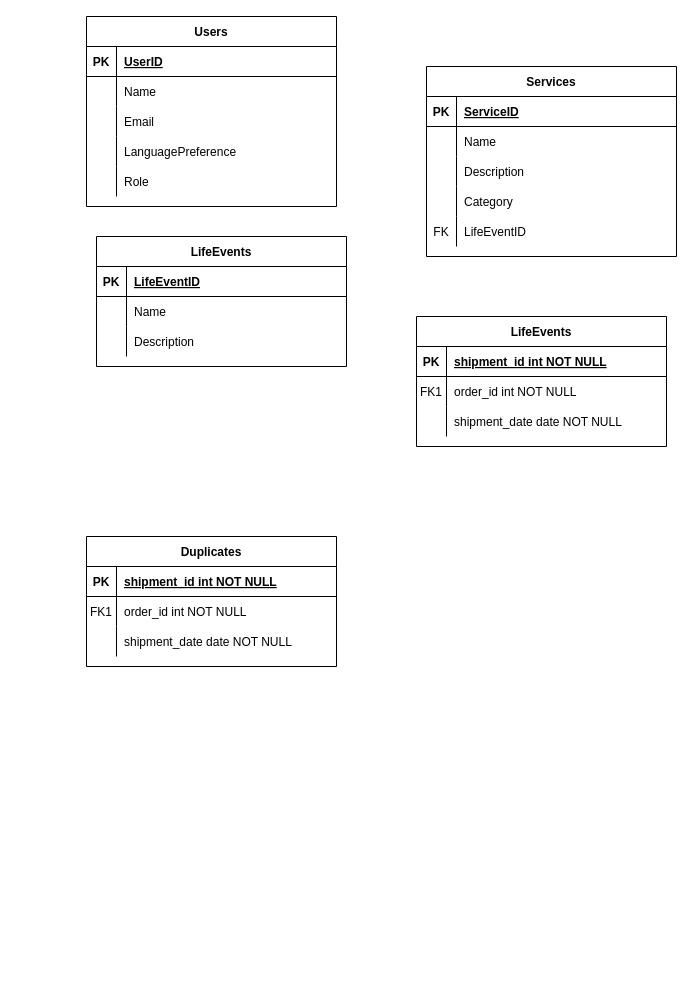
Earlier version of the draw.io diagram ServizzGov.drawio (nataleletizia/ServizzGov). Source tidied: cells renumbered, new cells numbered last; positions are measured from the earlier drawing's top-left corner, leaving out a move shared by most shapes. Both pictures are drawn from the tidied source at 100%, with x=0, y=0 at pixel (86, 16).
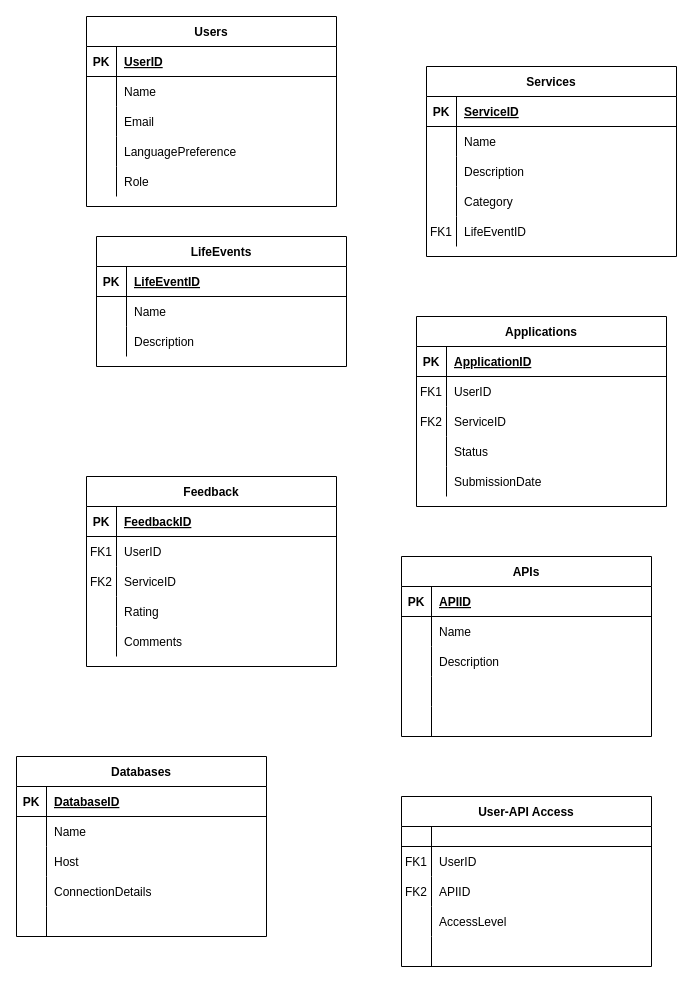
The same diagram, later.

Unchanged cells that the change refers to:
```xml
<mxCell id="15" style="shape=partialRectangle;fillColor=none;top=0;left=0;right=0;bottom=0;" parent="2" vertex="1">
  <mxGeometry y="150" width="250" height="30" as="geometry" />
</mxCell>
<mxCell id="45" style="shape=partialRectangle;fillColor=none;top=0;left=0;right=0;bottom=1;" parent="44" vertex="1">
  <mxGeometry y="30" width="250" height="30" as="geometry" />
</mxCell>
<mxCell id="48" style="shape=partialRectangle;fillColor=none;top=0;left=0;right=0;bottom=0;" parent="44" vertex="1">
  <mxGeometry y="60" width="250" height="30" as="geometry" />
</mxCell>
<mxCell id="51" style="shape=partialRectangle;fillColor=none;top=0;left=0;right=0;bottom=0;" parent="44" vertex="1">
  <mxGeometry y="90" width="250" height="30" as="geometry" />
</mxCell>
<mxCell id="55" style="shape=partialRectangle;fillColor=none;top=0;left=0;right=0;bottom=1;" parent="54" vertex="1">
  <mxGeometry y="30" width="250" height="30" as="geometry" />
</mxCell>
<mxCell id="58" style="shape=partialRectangle;fillColor=none;top=0;left=0;right=0;bottom=0;" parent="54" vertex="1">
  <mxGeometry y="60" width="250" height="30" as="geometry" />
</mxCell>
<mxCell id="61" style="shape=partialRectangle;fillColor=none;top=0;left=0;right=0;bottom=0;" parent="54" vertex="1">
  <mxGeometry y="90" width="250" height="30" as="geometry" />
</mxCell>
```

The edit, as a diff of the source:
```diff
@@
-    <mxCell id="16" value="FK" style="shape=partialRectangle;overflow=hidden;fillColor=none;top=0;left=0;bottom=0;right=0;" parent="15" vertex="1">
+    <mxCell id="16" value="FK1" style="shape=partialRectangle;overflow=hidden;fillColor=none;top=0;left=0;bottom=0;right=0;" parent="15" vertex="1">
       <mxGeometry width="30" height="30" as="geometry" />
     </mxCell>
@@
-    <mxCell id="44" value="LifeEvents" style="shape=table;startSize=30;childLayout=tableLayout;rowLines=0;fontStyle=1;align=center;" parent="1" vertex="1">
-      <mxGeometry x="330" y="300" width="250" height="130" as="geometry" />
+    <mxCell id="44" value="Applications" style="shape=table;startSize=30;childLayout=tableLayout;rowLines=0;fontStyle=1;align=center;" parent="1" vertex="1">
+      <mxGeometry x="330" y="300" width="250" height="190" as="geometry" />
     </mxCell>
@@
-    <mxCell id="47" value="shipment_id int NOT NULL " style="shape=partialRectangle;overflow=hidden;fillColor=none;top=0;left=0;bottom=0;right=0;align=left;spacingLeft=6;fontStyle=5;" parent="45" vertex="1">
+    <mxCell id="47" value="ApplicationID" style="shape=partialRectangle;overflow=hidden;fillColor=none;top=0;left=0;bottom=0;right=0;align=left;spacingLeft=6;fontStyle=5;" parent="45" vertex="1">
       <mxGeometry x="30" width="220" height="30" as="geometry" />
     </mxCell>
@@
-    <mxCell id="50" value="order_id int NOT NULL" style="shape=partialRectangle;overflow=hidden;fillColor=none;top=0;left=0;bottom=0;right=0;align=left;spacingLeft=6;" parent="48" vertex="1">
+    <mxCell id="50" value="UserID" style="shape=partialRectangle;overflow=hidden;fillColor=none;top=0;left=0;bottom=0;right=0;align=left;spacingLeft=6;" parent="48" vertex="1">
       <mxGeometry x="30" width="220" height="30" as="geometry" />
     </mxCell>
@@
-    <mxCell id="52" style="shape=partialRectangle;overflow=hidden;fillColor=none;top=0;left=0;bottom=0;right=0;" parent="51" vertex="1">
+    <mxCell id="52" value="FK2" style="shape=partialRectangle;overflow=hidden;fillColor=none;top=0;left=0;bottom=0;right=0;" parent="51" vertex="1">
       <mxGeometry width="30" height="30" as="geometry" />
     </mxCell>
-    <mxCell id="53" value="shipment_date date NOT NULL" style="shape=partialRectangle;overflow=hidden;fillColor=none;top=0;left=0;bottom=0;right=0;align=left;spacingLeft=6;" parent="51" vertex="1">
+    <mxCell id="53" value="ServiceID" style="shape=partialRectangle;overflow=hidden;fillColor=none;top=0;left=0;bottom=0;right=0;align=left;spacingLeft=6;" parent="51" vertex="1">
       <mxGeometry x="30" width="220" height="30" as="geometry" />
     </mxCell>
+    <mxCell id="64" style="shape=partialRectangle;fillColor=none;top=0;left=0;right=0;bottom=0;" parent="44" vertex="1">
+      <mxGeometry y="120" width="250" height="30" as="geometry" />
+    </mxCell>
+    <mxCell id="65" style="shape=partialRectangle;overflow=hidden;fillColor=none;top=0;left=0;bottom=0;right=0;" parent="64" vertex="1">
+      <mxGeometry width="30" height="30" as="geometry" />
+    </mxCell>
+    <mxCell id="66" value="Status" style="shape=partialRectangle;overflow=hidden;fillColor=none;top=0;left=0;bottom=0;right=0;align=left;spacingLeft=6;" parent="64" vertex="1">
+      <mxGeometry x="30" width="220" height="30" as="geometry" />
+    </mxCell>
+    <mxCell id="67" style="shape=partialRectangle;fillColor=none;top=0;left=0;right=0;bottom=0;" parent="44" vertex="1">
+      <mxGeometry y="150" width="250" height="30" as="geometry" />
+    </mxCell>
+    <mxCell id="68" style="shape=partialRectangle;overflow=hidden;fillColor=none;top=0;left=0;bottom=0;right=0;" parent="67" vertex="1">
+      <mxGeometry width="30" height="30" as="geometry" />
+    </mxCell>
+    <mxCell id="69" value="SubmissionDate" style="shape=partialRectangle;overflow=hidden;fillColor=none;top=0;left=0;bottom=0;right=0;align=left;spacingLeft=6;" parent="67" vertex="1">
+      <mxGeometry x="30" width="220" height="30" as="geometry" />
+    </mxCell>
-    <mxCell id="54" value="Duplicates" style="shape=table;startSize=30;childLayout=tableLayout;rowLines=0;fontStyle=1;align=center;" parent="1" vertex="1">
-      <mxGeometry y="520" width="250" height="130" as="geometry" />
+    <mxCell id="54" value="Feedback" style="shape=table;startSize=30;childLayout=tableLayout;rowLines=0;fontStyle=1;align=center;" parent="1" vertex="1">
+      <mxGeometry y="460" width="250" height="190" as="geometry" />
     </mxCell>
@@
-    <mxCell id="57" value="shipment_id int NOT NULL " style="shape=partialRectangle;overflow=hidden;fillColor=none;top=0;left=0;bottom=0;right=0;align=left;spacingLeft=6;fontStyle=5;" parent="55" vertex="1">
+    <mxCell id="57" value="FeedbackID" style="shape=partialRectangle;overflow=hidden;fillColor=none;top=0;left=0;bottom=0;right=0;align=left;spacingLeft=6;fontStyle=5;" parent="55" vertex="1">
       <mxGeometry x="30" width="220" height="30" as="geometry" />
     </mxCell>
@@
-    <mxCell id="60" value="order_id int NOT NULL" style="shape=partialRectangle;overflow=hidden;fillColor=none;top=0;left=0;bottom=0;right=0;align=left;spacingLeft=6;" parent="58" vertex="1">
+    <mxCell id="60" value="UserID" style="shape=partialRectangle;overflow=hidden;fillColor=none;top=0;left=0;bottom=0;right=0;align=left;spacingLeft=6;" parent="58" vertex="1">
       <mxGeometry x="30" width="220" height="30" as="geometry" />
     </mxCell>
@@
-    <mxCell id="62" style="shape=partialRectangle;overflow=hidden;fillColor=none;top=0;left=0;bottom=0;right=0;" parent="61" vertex="1">
+    <mxCell id="62" value="FK2" style="shape=partialRectangle;overflow=hidden;fillColor=none;top=0;left=0;bottom=0;right=0;" parent="61" vertex="1">
       <mxGeometry width="30" height="30" as="geometry" />
     </mxCell>
-    <mxCell id="63" value="shipment_date date NOT NULL" style="shape=partialRectangle;overflow=hidden;fillColor=none;top=0;left=0;bottom=0;right=0;align=left;spacingLeft=6;" parent="61" vertex="1">
+    <mxCell id="63" value="ServiceID" style="shape=partialRectangle;overflow=hidden;fillColor=none;top=0;left=0;bottom=0;right=0;align=left;spacingLeft=6;" parent="61" vertex="1">
       <mxGeometry x="30" width="220" height="30" as="geometry" />
     </mxCell>
+    <mxCell id="70" style="shape=partialRectangle;fillColor=none;top=0;left=0;right=0;bottom=0;" parent="54" vertex="1">
+      <mxGeometry y="120" width="250" height="30" as="geometry" />
+    </mxCell>
+    <mxCell id="71" style="shape=partialRectangle;overflow=hidden;fillColor=none;top=0;left=0;bottom=0;right=0;" parent="70" vertex="1">
+      <mxGeometry width="30" height="30" as="geometry" />
+    </mxCell>
+    <mxCell id="72" value="Rating" style="shape=partialRectangle;overflow=hidden;fillColor=none;top=0;left=0;bottom=0;right=0;align=left;spacingLeft=6;" parent="70" vertex="1">
+      <mxGeometry x="30" width="220" height="30" as="geometry" />
+    </mxCell>
+    <mxCell id="73" style="shape=partialRectangle;fillColor=none;top=0;left=0;right=0;bottom=0;" parent="54" vertex="1">
+      <mxGeometry y="150" width="250" height="30" as="geometry" />
+    </mxCell>
+    <mxCell id="74" style="shape=partialRectangle;overflow=hidden;fillColor=none;top=0;left=0;bottom=0;right=0;" parent="73" vertex="1">
+      <mxGeometry width="30" height="30" as="geometry" />
+    </mxCell>
+    <mxCell id="75" value="Comments" style="shape=partialRectangle;overflow=hidden;fillColor=none;top=0;left=0;bottom=0;right=0;align=left;spacingLeft=6;" parent="73" vertex="1">
+      <mxGeometry x="30" width="220" height="30" as="geometry" />
+    </mxCell>
+    <mxCell id="76" value="APIs" style="shape=table;startSize=30;childLayout=tableLayout;rowLines=0;fontStyle=1;align=center;" parent="1" vertex="1">
+      <mxGeometry x="315" y="540" width="250" height="180" as="geometry" />
+    </mxCell>
+    <mxCell id="77" style="shape=partialRectangle;fillColor=none;top=0;left=0;right=0;bottom=1;" parent="76" vertex="1">
+      <mxGeometry y="30" width="250" height="30" as="geometry" />
+    </mxCell>
+    <mxCell id="78" value="PK" style="shape=partialRectangle;overflow=hidden;fillColor=none;top=0;left=0;bottom=0;right=0;fontStyle=1;" parent="77" vertex="1">
+      <mxGeometry width="30" height="30" as="geometry" />
+    </mxCell>
+    <mxCell id="79" value="APIID" style="shape=partialRectangle;overflow=hidden;fillColor=none;top=0;left=0;bottom=0;right=0;align=left;spacingLeft=6;fontStyle=5;" parent="77" vertex="1">
+      <mxGeometry x="30" width="220" height="30" as="geometry" />
+    </mxCell>
+    <mxCell id="80" style="shape=partialRectangle;fillColor=none;top=0;left=0;right=0;bottom=0;" parent="76" vertex="1">
+      <mxGeometry y="60" width="250" height="30" as="geometry" />
+    </mxCell>
+    <mxCell id="81" style="shape=partialRectangle;overflow=hidden;fillColor=none;top=0;left=0;bottom=0;right=0;" parent="80" vertex="1">
+      <mxGeometry width="30" height="30" as="geometry" />
+    </mxCell>
+    <mxCell id="82" value="Name" style="shape=partialRectangle;overflow=hidden;fillColor=none;top=0;left=0;bottom=0;right=0;align=left;spacingLeft=6;" parent="80" vertex="1">
+      <mxGeometry x="30" width="220" height="30" as="geometry" />
+    </mxCell>
+    <mxCell id="83" style="shape=partialRectangle;fillColor=none;top=0;left=0;right=0;bottom=0;" parent="76" vertex="1">
+      <mxGeometry y="90" width="250" height="30" as="geometry" />
+    </mxCell>
+    <mxCell id="84" style="shape=partialRectangle;overflow=hidden;fillColor=none;top=0;left=0;bottom=0;right=0;" parent="83" vertex="1">
+      <mxGeometry width="30" height="30" as="geometry" />
+    </mxCell>
+    <mxCell id="85" value="Description" style="shape=partialRectangle;overflow=hidden;fillColor=none;top=0;left=0;bottom=0;right=0;align=left;spacingLeft=6;" parent="83" vertex="1">
+      <mxGeometry x="30" width="220" height="30" as="geometry" />
+    </mxCell>
+    <mxCell id="86" style="shape=partialRectangle;fillColor=none;top=0;left=0;right=0;bottom=0;" parent="76" vertex="1">
+      <mxGeometry y="120" width="250" height="30" as="geometry" />
+    </mxCell>
+    <mxCell id="87" style="shape=partialRectangle;overflow=hidden;fillColor=none;top=0;left=0;bottom=0;right=0;" parent="86" vertex="1">
+      <mxGeometry width="30" height="30" as="geometry" />
+    </mxCell>
+    <mxCell id="88" style="shape=partialRectangle;overflow=hidden;fillColor=none;top=0;left=0;bottom=0;right=0;align=left;spacingLeft=6;" parent="86" vertex="1">
+      <mxGeometry x="30" width="220" height="30" as="geometry" />
+    </mxCell>
+    <mxCell id="89" style="shape=partialRectangle;fillColor=none;top=0;left=0;right=0;bottom=0;" parent="76" vertex="1">
+      <mxGeometry y="150" width="250" height="30" as="geometry" />
+    </mxCell>
+    <mxCell id="90" style="shape=partialRectangle;overflow=hidden;fillColor=none;top=0;left=0;bottom=0;right=0;" parent="89" vertex="1">
+      <mxGeometry width="30" height="30" as="geometry" />
+    </mxCell>
+    <mxCell id="91" style="shape=partialRectangle;overflow=hidden;fillColor=none;top=0;left=0;bottom=0;right=0;align=left;spacingLeft=6;" parent="89" vertex="1">
+      <mxGeometry x="30" width="220" height="30" as="geometry" />
+    </mxCell>
+    <mxCell id="92" value="Databases" style="shape=table;startSize=30;childLayout=tableLayout;rowLines=0;fontStyle=1;align=center;" parent="1" vertex="1">
+      <mxGeometry x="-70" y="740" width="250" height="180" as="geometry" />
+    </mxCell>
+    <mxCell id="93" style="shape=partialRectangle;fillColor=none;top=0;left=0;right=0;bottom=1;" parent="92" vertex="1">
+      <mxGeometry y="30" width="250" height="30" as="geometry" />
+    </mxCell>
+    <mxCell id="94" value="PK" style="shape=partialRectangle;overflow=hidden;fillColor=none;top=0;left=0;bottom=0;right=0;fontStyle=1;" parent="93" vertex="1">
+      <mxGeometry width="30" height="30" as="geometry" />
+    </mxCell>
+    <mxCell id="95" value="DatabaseID" style="shape=partialRectangle;overflow=hidden;fillColor=none;top=0;left=0;bottom=0;right=0;align=left;spacingLeft=6;fontStyle=5;" parent="93" vertex="1">
+      <mxGeometry x="30" width="220" height="30" as="geometry" />
+    </mxCell>
+    <mxCell id="96" style="shape=partialRectangle;fillColor=none;top=0;left=0;right=0;bottom=0;" parent="92" vertex="1">
+      <mxGeometry y="60" width="250" height="30" as="geometry" />
+    </mxCell>
+    <mxCell id="97" style="shape=partialRectangle;overflow=hidden;fillColor=none;top=0;left=0;bottom=0;right=0;" parent="96" vertex="1">
+      <mxGeometry width="30" height="30" as="geometry" />
+    </mxCell>
+    <mxCell id="98" value="Name" style="shape=partialRectangle;overflow=hidden;fillColor=none;top=0;left=0;bottom=0;right=0;align=left;spacingLeft=6;" parent="96" vertex="1">
+      <mxGeometry x="30" width="220" height="30" as="geometry" />
+    </mxCell>
+    <mxCell id="99" style="shape=partialRectangle;fillColor=none;top=0;left=0;right=0;bottom=0;" parent="92" vertex="1">
+      <mxGeometry y="90" width="250" height="30" as="geometry" />
+    </mxCell>
+    <mxCell id="100" style="shape=partialRectangle;overflow=hidden;fillColor=none;top=0;left=0;bottom=0;right=0;" parent="99" vertex="1">
+      <mxGeometry width="30" height="30" as="geometry" />
+    </mxCell>
+    <mxCell id="101" value="Host" style="shape=partialRectangle;overflow=hidden;fillColor=none;top=0;left=0;bottom=0;right=0;align=left;spacingLeft=6;" parent="99" vertex="1">
+      <mxGeometry x="30" width="220" height="30" as="geometry" />
+    </mxCell>
+    <mxCell id="102" style="shape=partialRectangle;fillColor=none;top=0;left=0;right=0;bottom=0;" parent="92" vertex="1">
+      <mxGeometry y="120" width="250" height="30" as="geometry" />
+    </mxCell>
+    <mxCell id="103" style="shape=partialRectangle;overflow=hidden;fillColor=none;top=0;left=0;bottom=0;right=0;" parent="102" vertex="1">
+      <mxGeometry width="30" height="30" as="geometry" />
+    </mxCell>
+    <mxCell id="104" value="ConnectionDetails" style="shape=partialRectangle;overflow=hidden;fillColor=none;top=0;left=0;bottom=0;right=0;align=left;spacingLeft=6;" parent="102" vertex="1">
+      <mxGeometry x="30" width="220" height="30" as="geometry" />
+    </mxCell>
+    <mxCell id="105" style="shape=partialRectangle;fillColor=none;top=0;left=0;right=0;bottom=0;" parent="92" vertex="1">
+      <mxGeometry y="150" width="250" height="30" as="geometry" />
+    </mxCell>
+    <mxCell id="106" style="shape=partialRectangle;overflow=hidden;fillColor=none;top=0;left=0;bottom=0;right=0;" parent="105" vertex="1">
+      <mxGeometry width="30" height="30" as="geometry" />
+    </mxCell>
+    <mxCell id="107" style="shape=partialRectangle;overflow=hidden;fillColor=none;top=0;left=0;bottom=0;right=0;align=left;spacingLeft=6;" parent="105" vertex="1">
+      <mxGeometry x="30" width="220" height="30" as="geometry" />
+    </mxCell>
+    <mxCell id="108" value="User-API Access" style="shape=table;startSize=30;childLayout=tableLayout;rowLines=0;fontStyle=1;align=center;" parent="1" vertex="1">
+      <mxGeometry x="315" y="780" width="250" height="170" as="geometry" />
+    </mxCell>
+    <mxCell id="109" style="shape=partialRectangle;fillColor=none;top=0;left=0;right=0;bottom=1;" parent="108" vertex="1">
+      <mxGeometry y="30" width="250" height="20" as="geometry" />
+    </mxCell>
+    <mxCell id="110" style="shape=partialRectangle;overflow=hidden;fillColor=none;top=0;left=0;bottom=0;right=0;fontStyle=1;" parent="109" vertex="1">
+      <mxGeometry width="30" height="20" as="geometry" />
+    </mxCell>
+    <mxCell id="111" style="shape=partialRectangle;overflow=hidden;fillColor=none;top=0;left=0;bottom=0;right=0;align=left;spacingLeft=6;fontStyle=5;" parent="109" vertex="1">
+      <mxGeometry x="30" width="220" height="20" as="geometry" />
+    </mxCell>
+    <mxCell id="112" style="shape=partialRectangle;fillColor=none;top=0;left=0;right=0;bottom=0;" parent="108" vertex="1">
+      <mxGeometry y="50" width="250" height="30" as="geometry" />
+    </mxCell>
+    <mxCell id="113" value="FK1" style="shape=partialRectangle;overflow=hidden;fillColor=none;top=0;left=0;bottom=0;right=0;" parent="112" vertex="1">
+      <mxGeometry width="30" height="30" as="geometry" />
+    </mxCell>
+    <mxCell id="114" value="UserID" style="shape=partialRectangle;overflow=hidden;fillColor=none;top=0;left=0;bottom=0;right=0;align=left;spacingLeft=6;" parent="112" vertex="1">
+      <mxGeometry x="30" width="220" height="30" as="geometry" />
+    </mxCell>
+    <mxCell id="115" style="shape=partialRectangle;fillColor=none;top=0;left=0;right=0;bottom=0;" parent="108" vertex="1">
+      <mxGeometry y="80" width="250" height="30" as="geometry" />
+    </mxCell>
+    <mxCell id="116" value="FK2" style="shape=partialRectangle;overflow=hidden;fillColor=none;top=0;left=0;bottom=0;right=0;" parent="115" vertex="1">
+      <mxGeometry width="30" height="30" as="geometry" />
+    </mxCell>
+    <mxCell id="117" value="APIID" style="shape=partialRectangle;overflow=hidden;fillColor=none;top=0;left=0;bottom=0;right=0;align=left;spacingLeft=6;" parent="115" vertex="1">
+      <mxGeometry x="30" width="220" height="30" as="geometry" />
+    </mxCell>
+    <mxCell id="118" style="shape=partialRectangle;fillColor=none;top=0;left=0;right=0;bottom=0;" parent="108" vertex="1">
+      <mxGeometry y="110" width="250" height="30" as="geometry" />
+    </mxCell>
+    <mxCell id="119" style="shape=partialRectangle;overflow=hidden;fillColor=none;top=0;left=0;bottom=0;right=0;" parent="118" vertex="1">
+      <mxGeometry width="30" height="30" as="geometry" />
+    </mxCell>
+    <mxCell id="120" value="AccessLevel" style="shape=partialRectangle;overflow=hidden;fillColor=none;top=0;left=0;bottom=0;right=0;align=left;spacingLeft=6;" parent="118" vertex="1">
+      <mxGeometry x="30" width="220" height="30" as="geometry" />
+    </mxCell>
+    <mxCell id="121" style="shape=partialRectangle;fillColor=none;top=0;left=0;right=0;bottom=0;" parent="108" vertex="1">
+      <mxGeometry y="140" width="250" height="30" as="geometry" />
+    </mxCell>
+    <mxCell id="122" style="shape=partialRectangle;overflow=hidden;fillColor=none;top=0;left=0;bottom=0;right=0;" parent="121" vertex="1">
+      <mxGeometry width="30" height="30" as="geometry" />
+    </mxCell>
+    <mxCell id="123" style="shape=partialRectangle;overflow=hidden;fillColor=none;top=0;left=0;bottom=0;right=0;align=left;spacingLeft=6;" parent="121" vertex="1">
+      <mxGeometry x="30" width="220" height="30" as="geometry" />
+    </mxCell>
```
